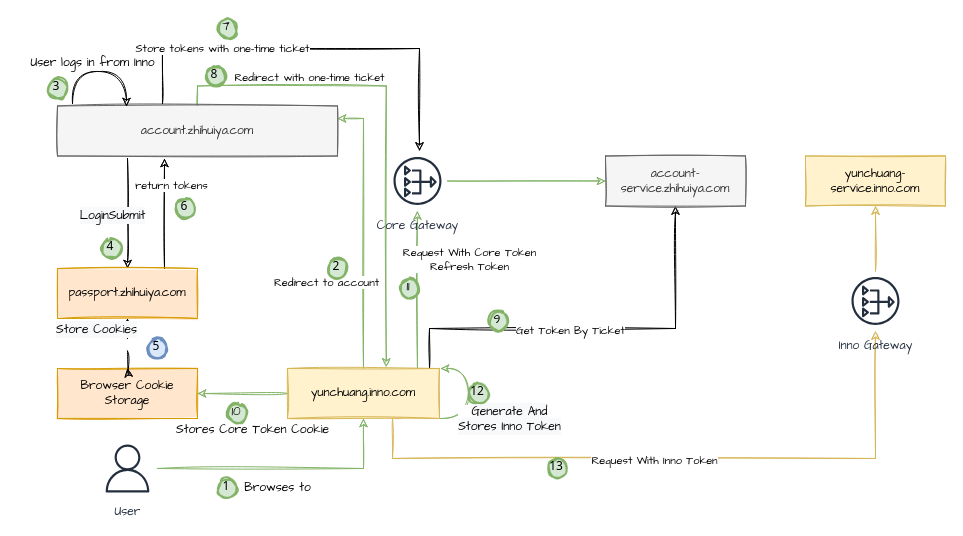
This is page "Inno SSO Customize" (2 of 3) of inno sso.drawio from yindongjun/gangzhang.github.io, a draw.io file, before an edit. Source tidied: cells renumbered, new cells numbered last; positions are measured from the earlier drawing's top-left corner, leaving out a move shared by most shapes. Both pictures are drawn from the tidied source at 100%, with x=0, y=0 at pixel (17, 18).
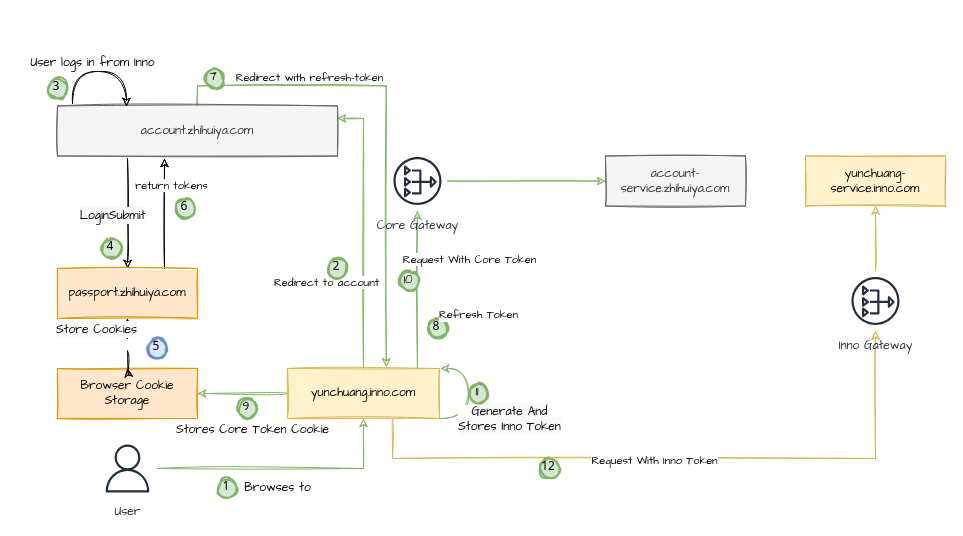
Above is the later version.

Unchanged cells that the change refers to:
```xml
<mxCell id="7" style="edgeStyle=orthogonalEdgeStyle;rounded=0;sketch=1;jettySize=auto;html=1;fontFamily=Comic Sans MS;jumpStyle=none;fillColor=#d5e8d4;strokeColor=#82b366;startArrow=none;exitX=0.855;exitY=0.03;exitDx=0;exitDy=0;exitPerimeter=0;" parent="1" edge="1" source="13" target="42">
  <mxGeometry relative="1" as="geometry" />
</mxCell>
<mxCell id="13" value="yunchuang.inno.com" style="rounded=0;whiteSpace=wrap;html=1;fontFamily=Comic Sans MS;fillColor=#fff2cc;strokeColor=#d6b656;fillStyle=solid;sketch=1;" parent="1" vertex="1">
  <mxGeometry x="270" y="350" width="152" height="50" as="geometry" />
</mxCell>
<mxCell id="16" style="edgeStyle=orthogonalEdgeStyle;rounded=0;sketch=1;jettySize=auto;html=1;entryX=0.65;entryY=-0.03;entryDx=0;entryDy=0;fontFamily=Comic Sans MS;exitX=0.5;exitY=0;exitDx=0;exitDy=0;fillColor=#d5e8d4;strokeColor=#82b366;entryPerimeter=0;" parent="1" edge="1" source="18" target="13">
  <mxGeometry relative="1" as="geometry" />
</mxCell>
<mxCell id="39" value="account-service.zhihuiya.com" style="rounded=0;whiteSpace=wrap;html=1;fontFamily=Comic Sans MS;fillColor=#f5f5f5;fontColor=#333333;strokeColor=#666666;fillStyle=solid;sketch=1;" parent="1" vertex="1">
  <mxGeometry x="588" y="137.5" width="140" height="50" as="geometry" />
</mxCell>
<mxCell id="42" value="&lt;font face=&quot;Comic Sans MS&quot;&gt;Core Gateway&lt;/font&gt;" style="sketch=0;outlineConnect=0;fontColor=#232F3E;gradientColor=none;strokeColor=#232F3E;fillColor=none;dashed=0;verticalLabelPosition=bottom;verticalAlign=top;align=center;html=1;fontSize=12;fontStyle=0;shape=mxgraph.aws4.resourceIcon;resIcon=mxgraph.aws4.nat_gateway;" parent="1" vertex="1">
  <mxGeometry x="370" y="132.5" width="60" height="60" as="geometry" />
</mxCell>
```

The edit, as a diff of the source:
```diff
@@
-    <mxCell id="8" value="Request With Core Token&lt;br&gt;Refresh Token" style="edgeLabel;html=1;align=center;verticalAlign=middle;fontFamily=Comic Sans MS;" parent="7" vertex="1">
+    <mxCell id="8" value="Request With Core Token" style="edgeLabel;html=1;align=center;verticalAlign=middle;fontFamily=Comic Sans MS;" parent="7" vertex="1">
       <mxGeometry x="0.4" relative="1" as="geometry">
         <mxPoint x="52" as="offset" />
       </mxGeometry>
     </mxCell>
@@
-    <mxCell id="11" style="edgeStyle=orthogonalEdgeStyle;rounded=0;sketch=1;jettySize=auto;html=1;entryX=0.5;entryY=1;entryDx=0;entryDy=0;fontFamily=Comic Sans MS;exitX=1;exitY=0;exitDx=0;exitDy=0;" parent="1" edge="1" source="13" target="39">
-      <mxGeometry relative="1" as="geometry">
-        <Array as="points">
-          <mxPoint x="412" y="350" />
-          <mxPoint x="412" y="310" />
-          <mxPoint x="658" y="310" />
-        </Array>
-      </mxGeometry>
-    </mxCell>
-    <mxCell id="12" value="Get Token By Ticket" style="edgeLabel;html=1;align=center;verticalAlign=middle;fontFamily=Comic Sans MS;" parent="11" vertex="1">
-      <mxGeometry x="-0.29" y="4" relative="1" as="geometry">
-        <mxPoint x="41" y="5" as="offset" />
-      </mxGeometry>
-    </mxCell>
@@
-    <mxCell id="17" value="Redirect with one-time ticket" style="edgeLabel;html=1;align=center;verticalAlign=middle;fontFamily=Comic Sans MS;" parent="16" vertex="1">
+    <mxCell id="17" value="Redirect with refresh-token" style="edgeLabel;html=1;align=center;verticalAlign=middle;fontFamily=Comic Sans MS;" parent="16" vertex="1">
       <mxGeometry x="-0.58" y="-1" relative="1" as="geometry">
         <mxPoint x="28" y="-10" as="offset" />
       </mxGeometry>
     </mxCell>
@@
     <mxCell id="33" value="&lt;font face=&quot;Comic Sans MS&quot;&gt;10&lt;/font&gt;" style="ellipse;whiteSpace=wrap;html=1;strokeWidth=2;fontFamily=Tahoma;spacingBottom=4;spacingRight=2;strokeColor=#82b366;fillStyle=solid;fillColor=#d5e8d4;sketch=1;" parent="1" vertex="1">
-      <mxGeometry x="210" y="385" width="20" height="20" as="geometry" />
+      <mxGeometry x="382" y="252.5" width="20" height="20" as="geometry" />
     </mxCell>
@@
     <mxCell id="38" value="12" style="ellipse;whiteSpace=wrap;html=1;strokeWidth=2;fontFamily=Tahoma;spacingBottom=4;spacingRight=2;strokeColor=#82b366;fillStyle=solid;fillColor=#d5e8d4;sketch=1;" parent="1" vertex="1">
-      <mxGeometry x="451" y="365" width="20" height="20" as="geometry" />
+      <mxGeometry x="522" y="440" width="20" height="20" as="geometry" />
     </mxCell>
@@
-    <mxCell id="43" value="13" style="ellipse;whiteSpace=wrap;html=1;strokeWidth=2;fontFamily=Tahoma;spacingBottom=4;spacingRight=2;strokeColor=#82b366;fillStyle=solid;fillColor=#d5e8d4;sketch=1;" parent="1" vertex="1">
-      <mxGeometry x="530" y="440" width="20" height="20" as="geometry" />
-    </mxCell>
@@
     <mxCell id="47" value="&lt;font face=&quot;Comic Sans MS&quot;&gt;7&lt;/font&gt;" style="ellipse;whiteSpace=wrap;html=1;strokeWidth=2;fontFamily=Tahoma;spacingBottom=4;spacingRight=2;strokeColor=#82b366;fillStyle=solid;fillColor=#d5e8d4;sketch=1;" parent="1" vertex="1">
-      <mxGeometry x="200" width="20" height="20" as="geometry" />
+      <mxGeometry x="187" y="50" width="20" height="20" as="geometry" />
     </mxCell>
-    <mxCell id="48" style="jettySize=auto;html=1;fontFamily=Comic Sans MS;sketch=1;exitX=0.05;exitY=-0.05;exitDx=0;exitDy=0;exitPerimeter=0;edgeStyle=orthogonalEdgeStyle;rounded=0;" parent="1" edge="1" target="42">
-      <mxGeometry relative="1" as="geometry">
-        <mxPoint x="145" y="85" as="sourcePoint" />
-        <Array as="points">
-          <mxPoint x="145" y="30" />
-          <mxPoint x="402" y="30" />
-        </Array>
-      </mxGeometry>
-    </mxCell>
-    <mxCell id="49" value="Store tokens with one-time ticket" style="edgeLabel;html=1;align=center;verticalAlign=middle;fontFamily=Comic Sans MS;" parent="48" vertex="1">
-      <mxGeometry x="-0.45" y="2" relative="1" as="geometry">
-        <mxPoint y="1" as="offset" />
-      </mxGeometry>
-    </mxCell>
     <mxCell id="50" value="8" style="ellipse;whiteSpace=wrap;html=1;strokeWidth=2;fontFamily=Tahoma;spacingBottom=4;spacingRight=2;strokeColor=#82b366;fillStyle=solid;fillColor=#d5e8d4;sketch=1;" parent="1" vertex="1">
-      <mxGeometry x="188" y="48" width="20" height="20" as="geometry" />
+      <mxGeometry x="410" y="300" width="20" height="20" as="geometry" />
     </mxCell>
     <mxCell id="51" value="&lt;font face=&quot;Comic Sans MS&quot;&gt;9&lt;/font&gt;" style="ellipse;whiteSpace=wrap;html=1;strokeWidth=2;fontFamily=Tahoma;spacingBottom=4;spacingRight=2;strokeColor=#82b366;fillStyle=solid;fillColor=#d5e8d4;sketch=1;" parent="1" vertex="1">
-      <mxGeometry x="471" y="292.5" width="20" height="20" as="geometry" />
+      <mxGeometry x="220" y="380" width="20" height="20" as="geometry" />
     </mxCell>
     <mxCell id="52" value="&lt;font face=&quot;Comic Sans MS&quot;&gt;11&lt;/font&gt;" style="ellipse;whiteSpace=wrap;html=1;strokeWidth=2;fontFamily=Tahoma;spacingBottom=4;spacingRight=2;strokeColor=#82b366;fillStyle=solid;fillColor=#d5e8d4;sketch=1;" parent="1" vertex="1">
-      <mxGeometry x="382" y="260" width="20" height="20" as="geometry" />
+      <mxGeometry x="451" y="365" width="20" height="20" as="geometry" />
     </mxCell>
+    <mxCell id="53" value="&lt;span style=&quot;color: rgb(0, 0, 0); font-size: 11px; background-color: rgb(255, 255, 255);&quot;&gt;Refresh Token&lt;/span&gt;" style="text;html=1;align=center;verticalAlign=middle;strokeColor=none;fillColor=none;fontSize=16;fontFamily=Comic Sans MS;fontColor=#FF0000;" parent="1" vertex="1">
+      <mxGeometry x="406" y="280" width="110" height="30" as="geometry" />
+    </mxCell>
```
